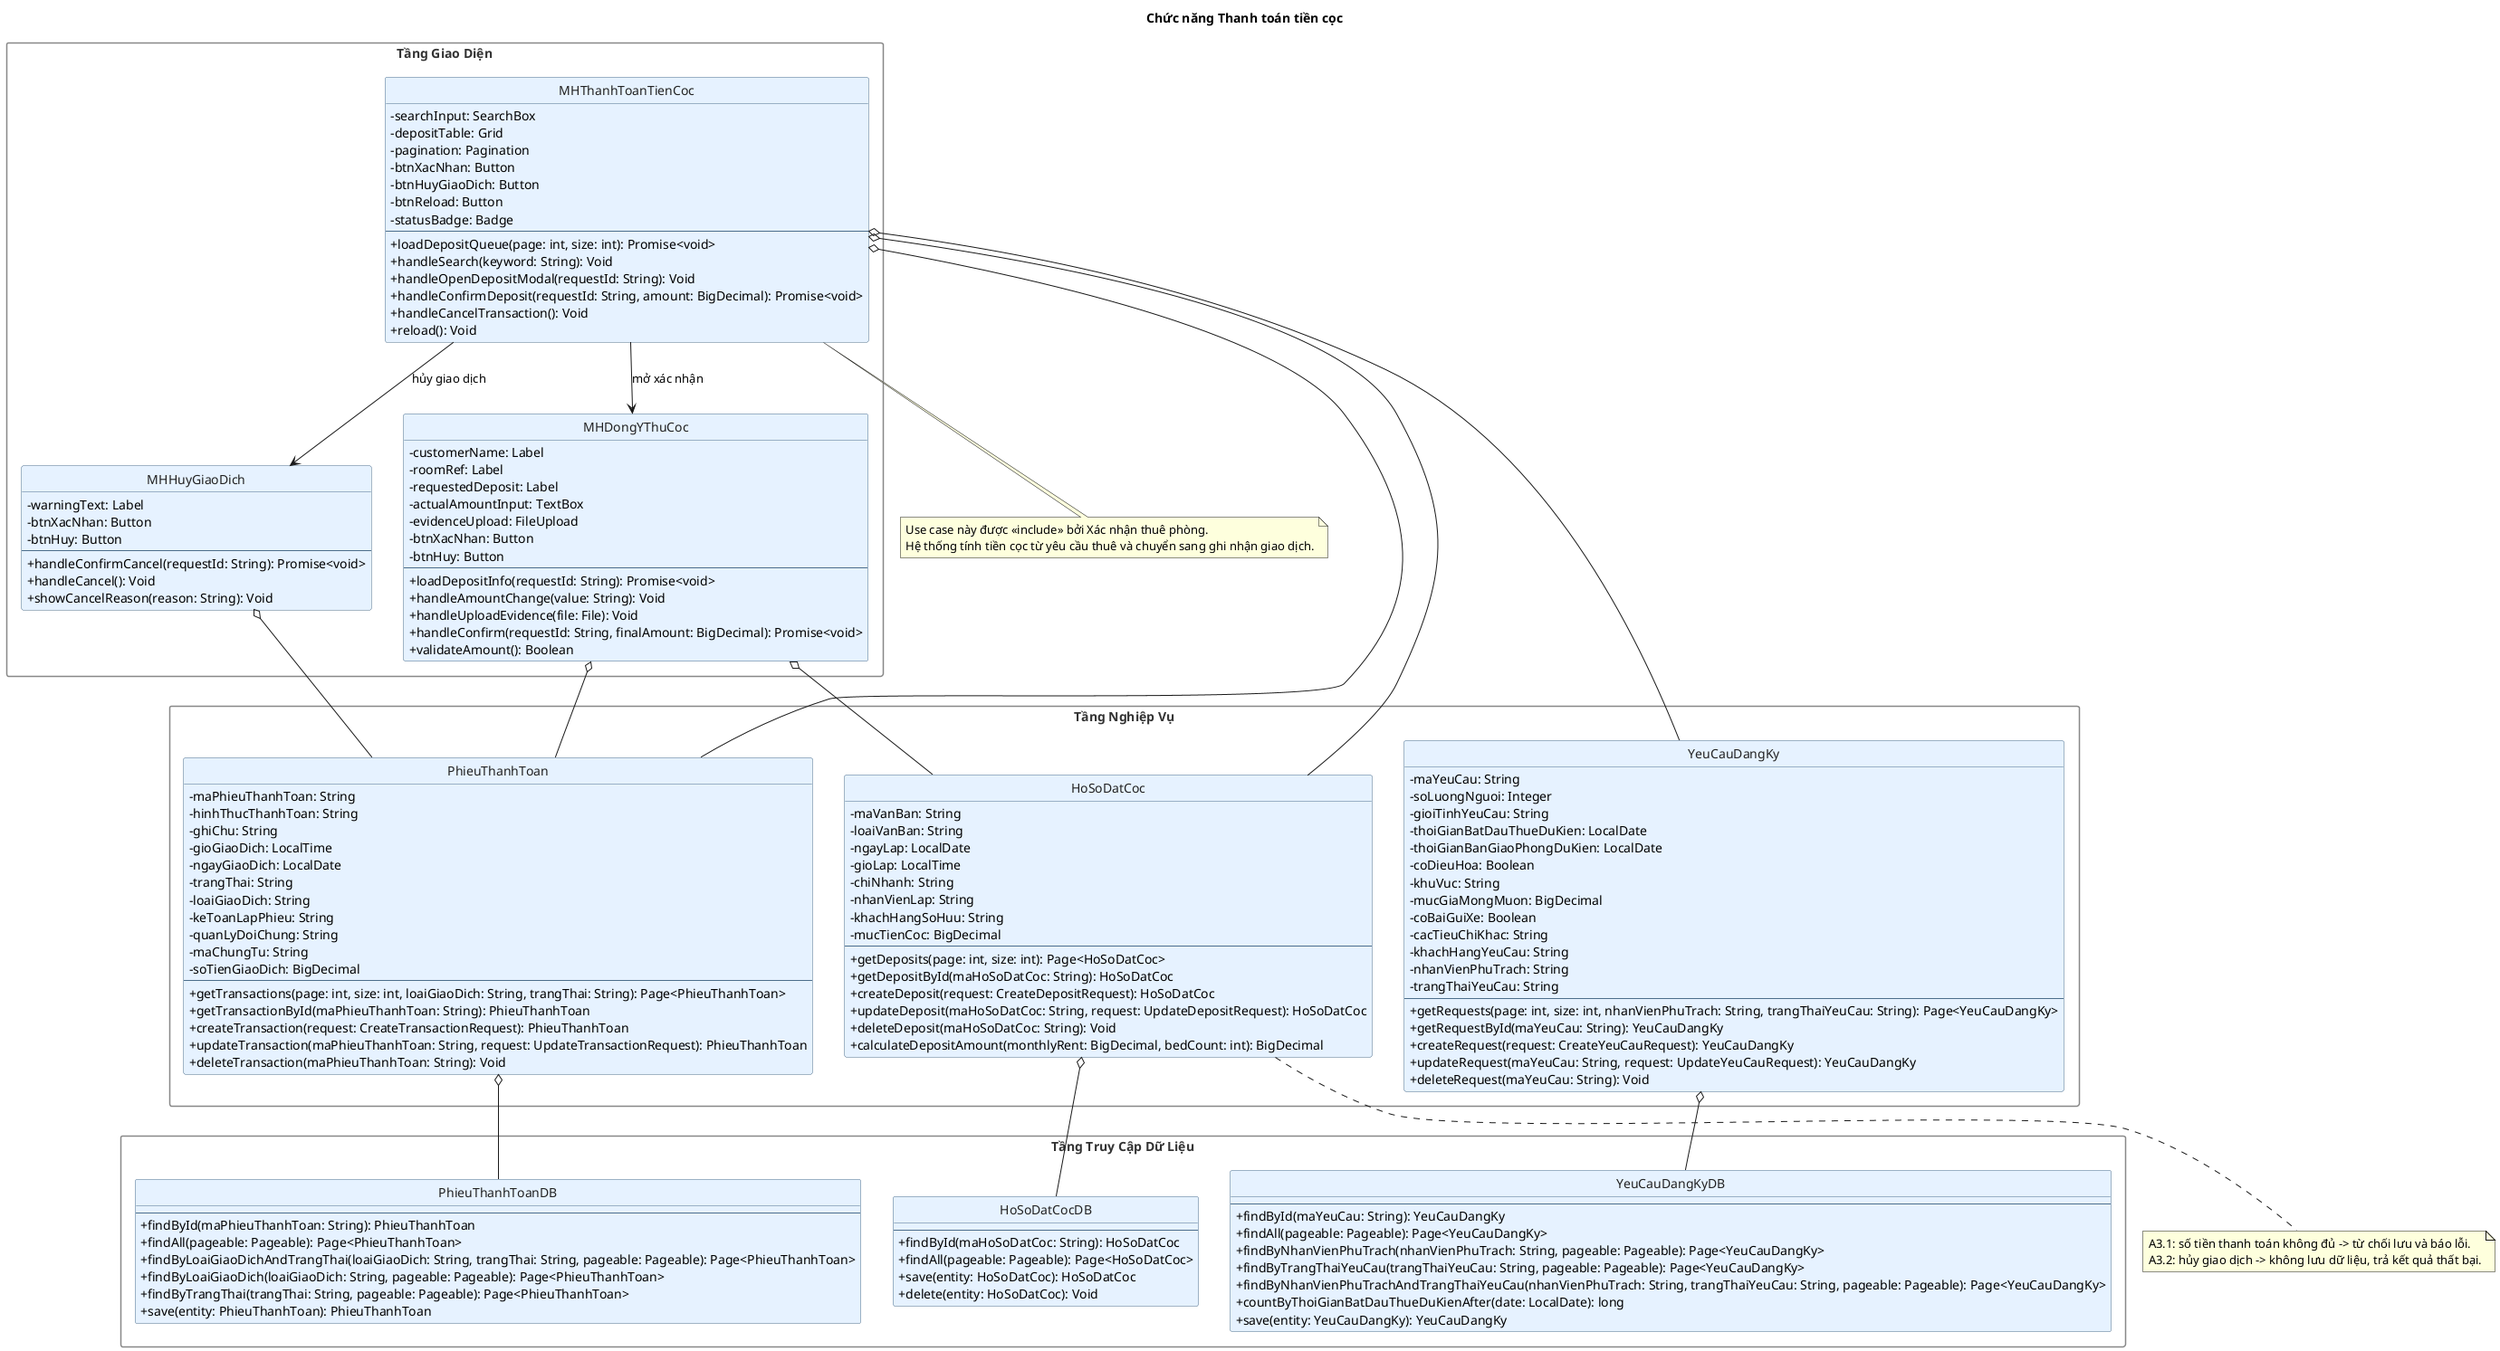
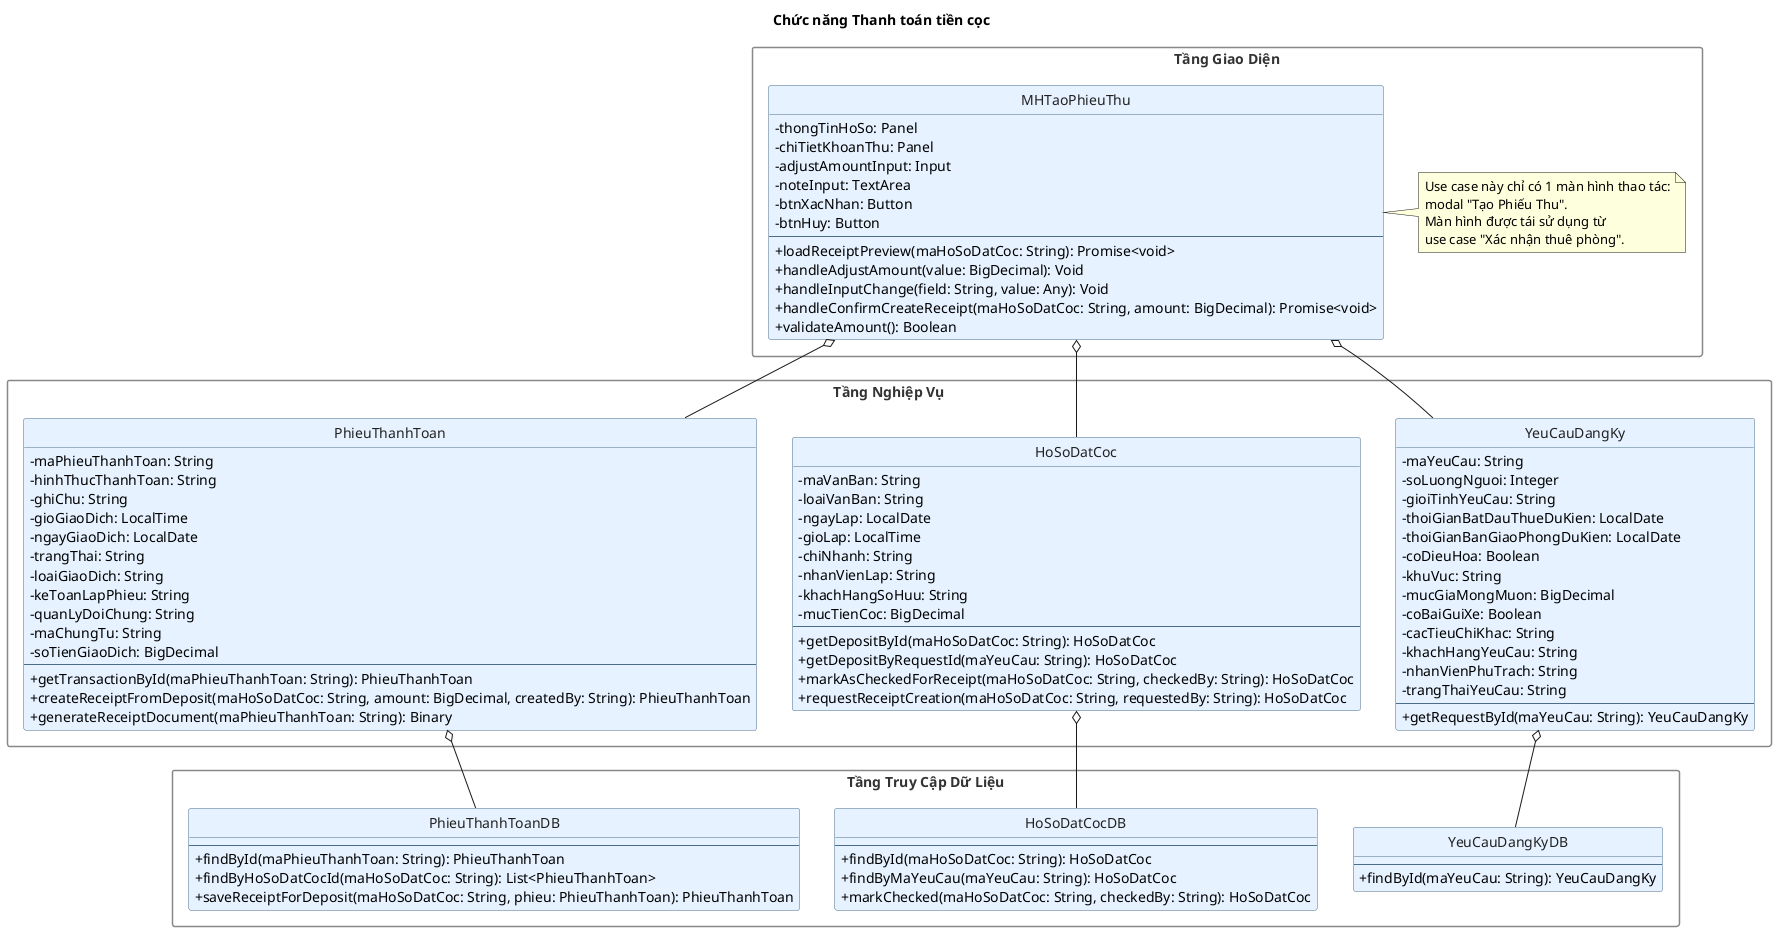
@startuml
title Chức năng Thanh toán tiền cọc

hide circle
skinparam shadowing false
skinparam classAttributeIconSize 0

skinparam class {
	BorderColor #4C6E8B
	BackgroundColor #E6F2FF
	FontColor #222222
}

skinparam package {
	BorderColor #888888
	FontColor #333333
	FontSize 14
	Style rectangle
}

' ================= TẦNG GIAO DIỆN =================
package "Tầng Giao Diện" as UI_Layer {
- class MHThanhToanTienCoc {
- 	' Presentation (AccountingWorkflowPage.tsx - mode=deposit)
- 	-searchInput: SearchBox
- 	-depositTable: Grid
- 	-pagination: Pagination
- 	-btnXacNhan: Button
- 	-btnHuyGiaoDich: Button
- 	-btnReload: Button
- 	-statusBadge: Badge
- 	--
- 	+loadDepositQueue(page: int, size: int): Promise<void>
- 	+handleSearch(keyword: String): Void
- 	+handleOpenDepositModal(requestId: String): Void
- 	+handleConfirmDeposit(requestId: String, amount: BigDecimal): Promise<void>
- 	+handleCancelTransaction(): Void
- 	+reload(): Void
- }
- 
- class MHDongYThuCoc {
- 	' Modal xác nhận thu cọc
- 	-customerName: Label
- 	-roomRef: Label
- 	-requestedDeposit: Label
- 	-actualAmountInput: TextBox
- 	-evidenceUpload: FileUpload
+ class MHTaoPhieuThu {
+ 	' Modal tạo phiếu thu (tái sử dụng từ use case XacNhanThuePhong)
+ 	-thongTinHoSo: Panel
+ 	-chiTietKhoanThu: Panel
+ 	-adjustAmountInput: Input
+ 	-noteInput: TextArea
	-btnXacNhan: Button
	-btnHuy: Button
	--
- 	+loadDepositInfo(requestId: String): Promise<void>
- 	+handleAmountChange(value: String): Void
- 	+handleUploadEvidence(file: File): Void
- 	+handleConfirm(requestId: String, finalAmount: BigDecimal): Promise<void>
+ 	+loadReceiptPreview(maHoSoDatCoc: String): Promise<void>
+ 	+handleAdjustAmount(value: BigDecimal): Void
+ 	+handleInputChange(field: String, value: Any): Void
+ 	+handleConfirmCreateReceipt(maHoSoDatCoc: String, amount: BigDecimal): Promise<void>
	+validateAmount(): Boolean
}

- class MHHuyGiaoDich {
- 	' Modal hủy giao dịch
- 	-warningText: Label
- 	-btnXacNhan: Button
- 	-btnHuy: Button
- 	--
- 	+handleConfirmCancel(requestId: String): Promise<void>
- 	+handleCancel(): Void
- 	+showCancelReason(reason: String): Void
- }
+ note right of MHTaoPhieuThu
+ Use case này chỉ có 1 màn hình thao tác:
+ modal "Tạo Phiếu Thu".
+ Màn hình được tái sử dụng từ
+ use case "Xác nhận thuê phòng".
+ end note
}

' ================= TẦNG NGHIỆP VỤ =================
package "Tầng Nghiệp Vụ" as BLL_Layer {

class YeuCauDangKy {
- 	' Entity + Service (nguồn vào cho luồng cọc)
+ 	' Entity + Service (nguồn dữ liệu hồ sơ)
	-maYeuCau: String
	-soLuongNguoi: Integer
	-gioiTinhYeuCau: String
	-thoiGianBatDauThueDuKien: LocalDate
	-thoiGianBanGiaoPhongDuKien: LocalDate
	-coDieuHoa: Boolean
	-khuVuc: String
	-mucGiaMongMuon: BigDecimal
	-coBaiGuiXe: Boolean
	-cacTieuChiKhac: String
	-khachHangYeuCau: String
	-nhanVienPhuTrach: String
	-trangThaiYeuCau: String
	--
- 	+getRequests(page: int, size: int, nhanVienPhuTrach: String, trangThaiYeuCau: String): Page<YeuCauDangKy>
	+getRequestById(maYeuCau: String): YeuCauDangKy
- 	+createRequest(request: CreateYeuCauRequest): YeuCauDangKy
- 	+updateRequest(maYeuCau: String, request: UpdateYeuCauRequest): YeuCauDangKy
- 	+deleteRequest(maYeuCau: String): Void
}

class HoSoDatCoc {
	' Entity + Service (HoSoDatCoc / DepositService)
	-maVanBan: String
	-loaiVanBan: String
	-ngayLap: LocalDate
	-gioLap: LocalTime
	-chiNhanh: String
	-nhanVienLap: String
	-khachHangSoHuu: String
	-mucTienCoc: BigDecimal
	--
- 	+getDeposits(page: int, size: int): Page<HoSoDatCoc>
	+getDepositById(maHoSoDatCoc: String): HoSoDatCoc
- 	+createDeposit(request: CreateDepositRequest): HoSoDatCoc
- 	+updateDeposit(maHoSoDatCoc: String, request: UpdateDepositRequest): HoSoDatCoc
- 	+deleteDeposit(maHoSoDatCoc: String): Void
- 	+calculateDepositAmount(monthlyRent: BigDecimal, bedCount: int): BigDecimal
+ 	+getDepositByRequestId(maYeuCau: String): HoSoDatCoc
+ 	+markAsCheckedForReceipt(maHoSoDatCoc: String, checkedBy: String): HoSoDatCoc
+ 	+requestReceiptCreation(maHoSoDatCoc: String, requestedBy: String): HoSoDatCoc
}

class PhieuThanhToan {
	' Entity + Service (PhieuThanhToan / TransactionService)
	-maPhieuThanhToan: String
	-hinhThucThanhToan: String
	-ghiChu: String
	-gioGiaoDich: LocalTime
	-ngayGiaoDich: LocalDate
	-trangThai: String
	-loaiGiaoDich: String
	-keToanLapPhieu: String
	-quanLyDoiChung: String
	-maChungTu: String
	-soTienGiaoDich: BigDecimal
	--
- 	+getTransactions(page: int, size: int, loaiGiaoDich: String, trangThai: String): Page<PhieuThanhToan>
	+getTransactionById(maPhieuThanhToan: String): PhieuThanhToan
- 	+createTransaction(request: CreateTransactionRequest): PhieuThanhToan
- 	+updateTransaction(maPhieuThanhToan: String, request: UpdateTransactionRequest): PhieuThanhToan
- 	+deleteTransaction(maPhieuThanhToan: String): Void
+ 	+createReceiptFromDeposit(maHoSoDatCoc: String, amount: BigDecimal, createdBy: String): PhieuThanhToan
+ 	+generateReceiptDocument(maPhieuThanhToan: String): Binary
}
}

' ================= TẦNG TRUY CẬP DỮ LIỆU =================
package "Tầng Truy Cập Dữ Liệu" as DAL_Layer {

class YeuCauDangKyDB {
	' Repository (YeuCauDangKyRepository)
	--
	+findById(maYeuCau: String): YeuCauDangKy
- 	+findAll(pageable: Pageable): Page<YeuCauDangKy>
- 	+findByNhanVienPhuTrach(nhanVienPhuTrach: String, pageable: Pageable): Page<YeuCauDangKy>
- 	+findByTrangThaiYeuCau(trangThaiYeuCau: String, pageable: Pageable): Page<YeuCauDangKy>
- 	+findByNhanVienPhuTrachAndTrangThaiYeuCau(nhanVienPhuTrach: String, trangThaiYeuCau: String, pageable: Pageable): Page<YeuCauDangKy>
- 	+countByThoiGianBatDauThueDuKienAfter(date: LocalDate): long
- 	+save(entity: YeuCauDangKy): YeuCauDangKy
}

class HoSoDatCocDB {
	' Repository (HoSoDatCocRepository)
	--
	+findById(maHoSoDatCoc: String): HoSoDatCoc
- 	+findAll(pageable: Pageable): Page<HoSoDatCoc>
- 	+save(entity: HoSoDatCoc): HoSoDatCoc
- 	+delete(entity: HoSoDatCoc): Void
+ 	+findByMaYeuCau(maYeuCau: String): HoSoDatCoc
+ 	+markChecked(maHoSoDatCoc: String, checkedBy: String): HoSoDatCoc
}

class PhieuThanhToanDB {
	' Repository (PhieuThanhToanRepository)
	--
	+findById(maPhieuThanhToan: String): PhieuThanhToan
- 	+findAll(pageable: Pageable): Page<PhieuThanhToan>
- 	+findByLoaiGiaoDichAndTrangThai(loaiGiaoDich: String, trangThai: String, pageable: Pageable): Page<PhieuThanhToan>
- 	+findByLoaiGiaoDich(loaiGiaoDich: String, pageable: Pageable): Page<PhieuThanhToan>
- 	+findByTrangThai(trangThai: String, pageable: Pageable): Page<PhieuThanhToan>
- 	+save(entity: PhieuThanhToan): PhieuThanhToan
+ 	+findByHoSoDatCocId(maHoSoDatCoc: String): List<PhieuThanhToan>
+ 	+saveReceiptForDeposit(maHoSoDatCoc: String, phieu: PhieuThanhToan): PhieuThanhToan
}
}

' ================= RELATIONSHIPS =================
' (Tầng Giao Diện -> Tầng Nghiệp Vụ)
- MHThanhToanTienCoc o-- YeuCauDangKy
- MHThanhToanTienCoc o-- HoSoDatCoc
- MHThanhToanTienCoc o-- PhieuThanhToan
- MHDongYThuCoc o-- HoSoDatCoc
- MHDongYThuCoc o-- PhieuThanhToan
- MHHuyGiaoDich o-- PhieuThanhToan
+ MHTaoPhieuThu o-- HoSoDatCoc
+ MHTaoPhieuThu o-- PhieuThanhToan
+ MHTaoPhieuThu o-- YeuCauDangKy

' (Điều hướng màn hình)
- MHThanhToanTienCoc --> MHDongYThuCoc : mở xác nhận
- MHThanhToanTienCoc --> MHHuyGiaoDich : hủy giao dịch
+ ' Không có điều hướng nội bộ vì use case chỉ có 1 màn hình modal

' (Tầng Nghiệp Vụ -> Tầng Truy Cập Dữ Liệu)
YeuCauDangKy o-- YeuCauDangKyDB
HoSoDatCoc o-- HoSoDatCocDB
PhieuThanhToan o-- PhieuThanhToanDB
- 
- note bottom of MHThanhToanTienCoc
- Use case này được <<include>> bởi Xác nhận thuê phòng.
- Hệ thống tính tiền cọc từ yêu cầu thuê và chuyển sang ghi nhận giao dịch.
- end note
- 
- note bottom of HoSoDatCoc
- A3.1: số tiền thanh toán không đủ -> từ chối lưu và báo lỗi.
- A3.2: hủy giao dịch -> không lưu dữ liệu, trả kết quả thất bại.
- end note
- 
@enduml
